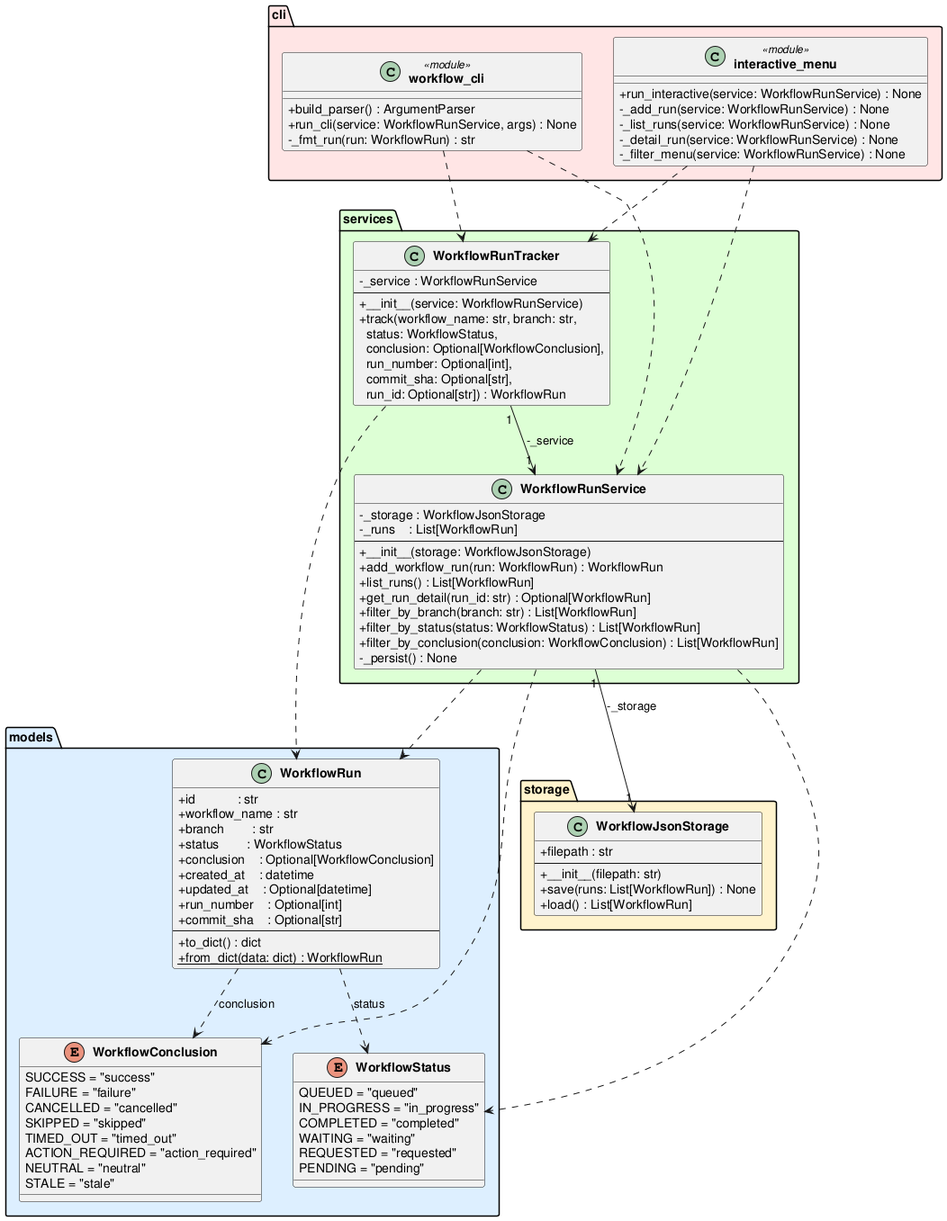
The PlantUML diagram experiments/supervisor_as_tools/test_driven/github-workflow-manager/artifacts/class_diagram.png in DanielRiha8906/Software_autoevolution_using_agents, before a commit.
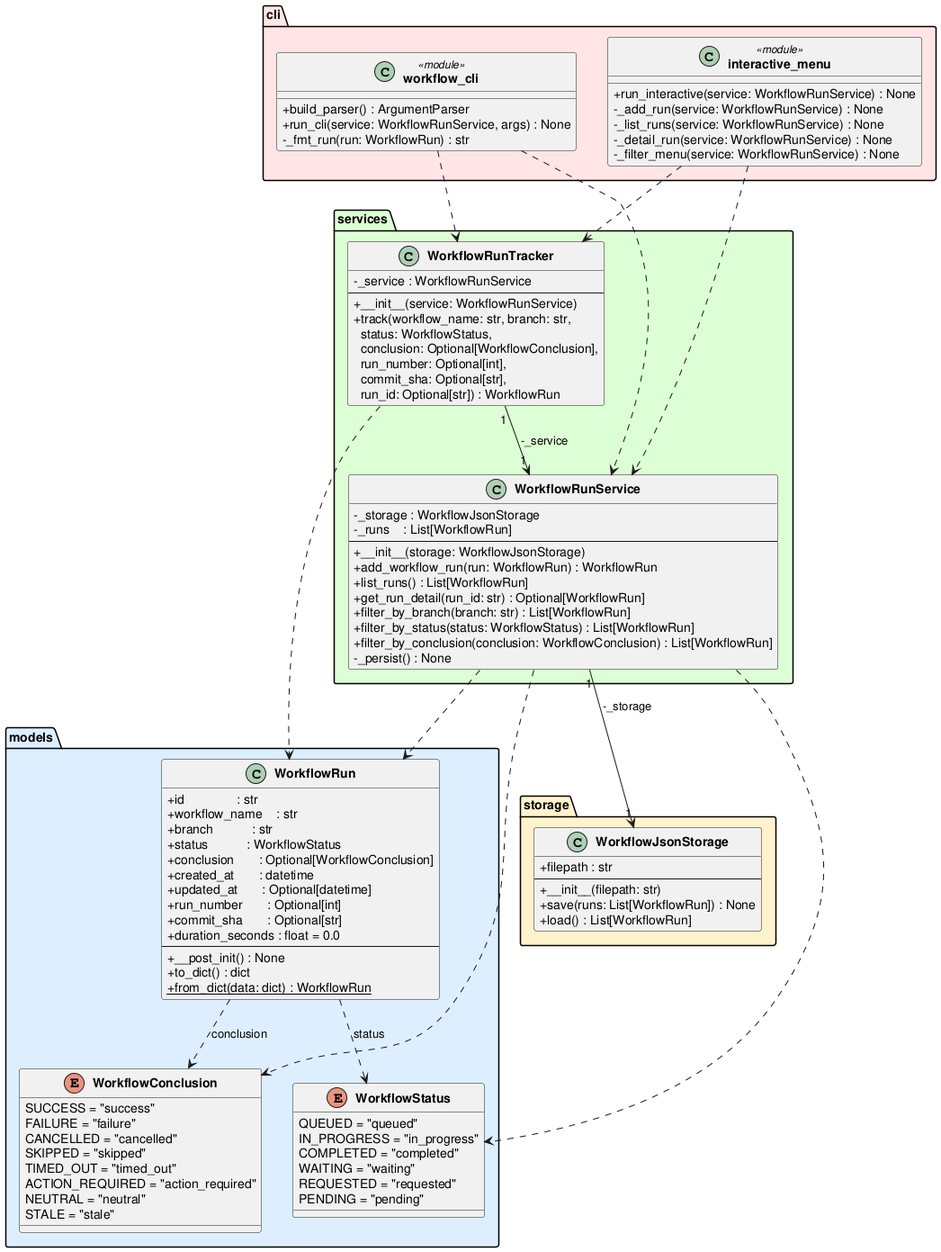
After the commit.

What changed in the source:
```diff
@@ -25,16 +25,18 @@
     }
 
     class WorkflowRun {
-        +id            : str
-        +workflow_name : str
-        +branch        : str
-        +status        : WorkflowStatus
-        +conclusion    : Optional[WorkflowConclusion]
-        +created_at    : datetime
-        +updated_at    : Optional[datetime]
-        +run_number    : Optional[int]
-        +commit_sha    : Optional[str]
+        +id               : str
+        +workflow_name    : str
+        +branch           : str
+        +status           : WorkflowStatus
+        +conclusion       : Optional[WorkflowConclusion]
+        +created_at       : datetime
+        +updated_at       : Optional[datetime]
+        +run_number       : Optional[int]
+        +commit_sha       : Optional[str]
+        +duration_seconds : float = 0.0
         --
+        +__post_init() : None
         +to_dict() : dict
         +{static} from_dict(data: dict) : WorkflowRun
     }
```
